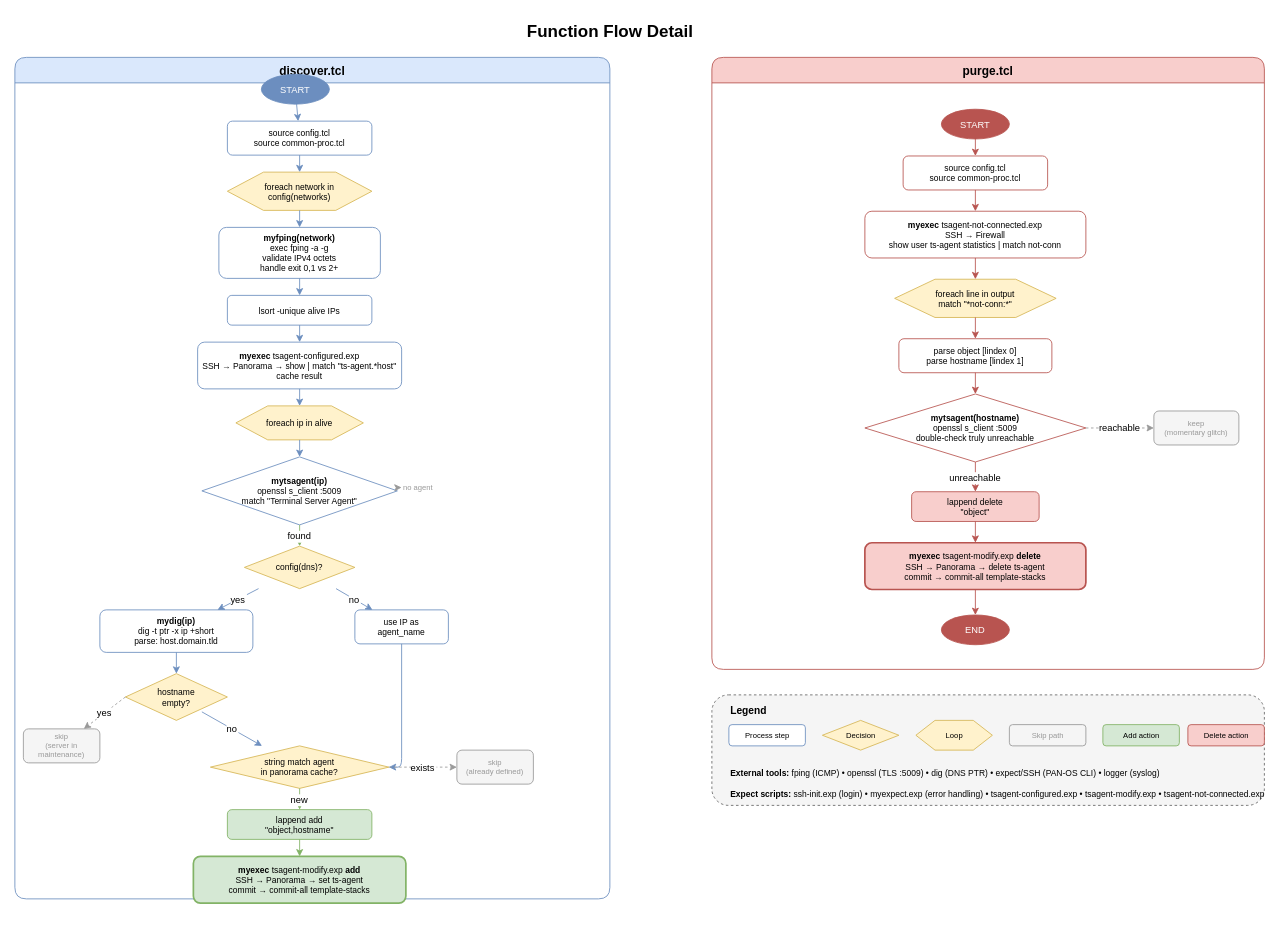
This is page "Function Flow" (2 of 2) of docs/architecture.drawio from nabbi/pan-ts-agent-discovery, a draw.io file, before an edit. Source tidied: cells renumbered, new cells numbered last; positions are measured from the earlier drawing's top-left corner, leaving out a move shared by most shapes. Both pictures are drawn from the tidied source at 85%, with x=0, y=0 at pixel (14, 14).
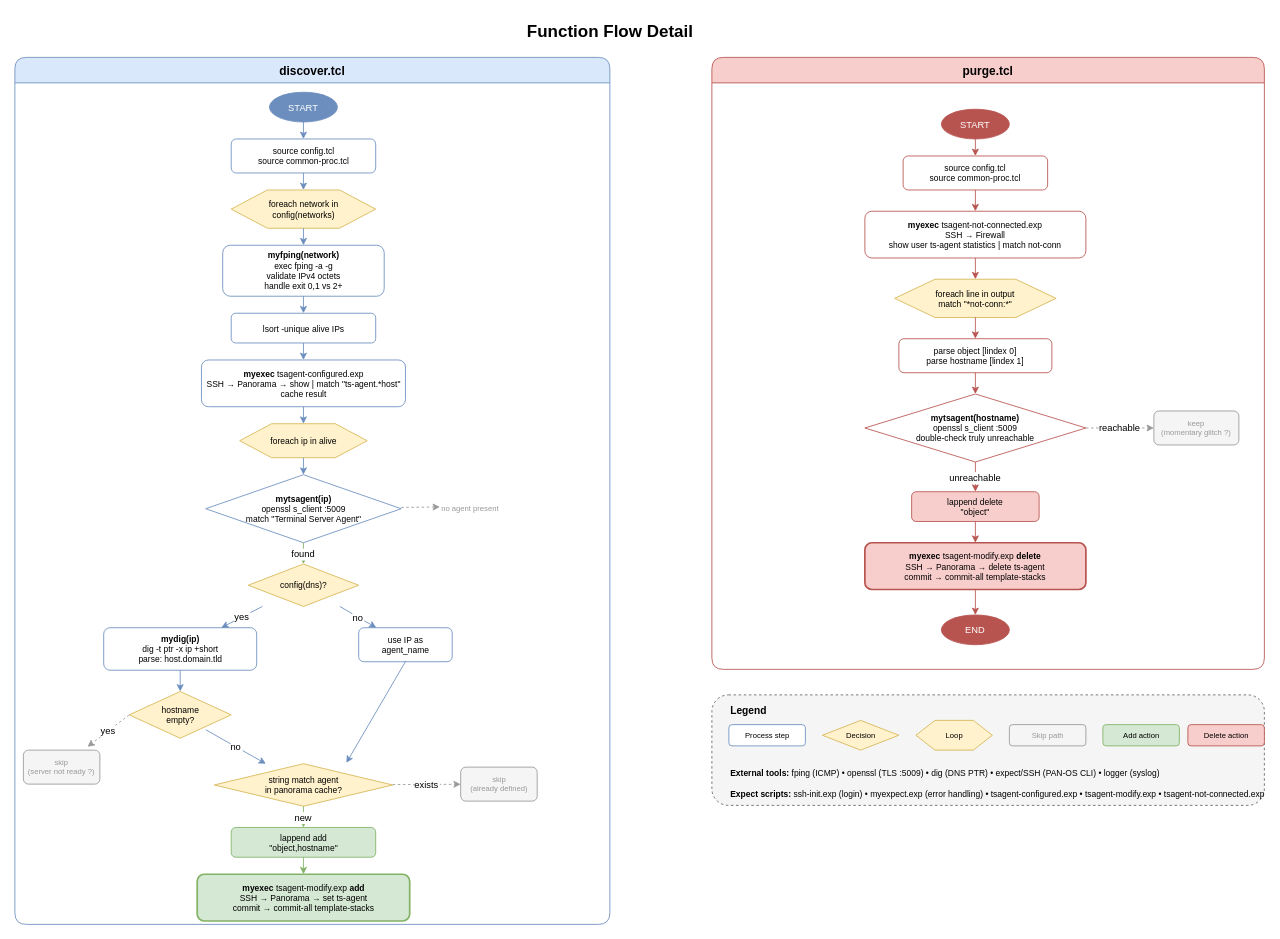
After the change.

What changed in the source:
```diff
@@
     <mxCell id="3" value="discover.tcl" style="shape=table;startSize=30;childLayout=tableLayout;fillColor=#dae8fc;strokeColor=#6c8ebf;fontStyle=1;fontSize=14;swimlaneLine=1;rounded=1;" parent="1" vertex="1">
-      <mxGeometry y="50" width="700" height="990" as="geometry" />
+      <mxGeometry y="50" width="700" height="1020" as="geometry" />
     </mxCell>
     <mxCell id="4" value="START" style="ellipse;fillColor=#6c8ebf;fontColor=#ffffff;strokeColor=#6c8ebf;fontSize=11;" parent="1" vertex="1">
-      <mxGeometry x="290" y="70" width="80" height="35" as="geometry" />
+      <mxGeometry x="299.5" y="91" width="80" height="35" as="geometry" />
     </mxCell>
     <mxCell id="5" value="source config.tcl&lt;br&gt;source common-proc.tcl" style="rounded=1;whiteSpace=wrap;fillColor=#FFFFFF;strokeColor=#6c8ebf;fontSize=10;html=1;" parent="1" vertex="1">
-      <mxGeometry x="250" y="125" width="170" height="40" as="geometry" />
+      <mxGeometry x="254.5" y="146" width="170" height="40" as="geometry" />
     </mxCell>
     <mxCell id="6" value="foreach network in&lt;br&gt;config(networks)" style="shape=hexagon;whiteSpace=wrap;fillColor=#fff2cc;strokeColor=#d6b656;fontSize=10;html=1;" parent="1" vertex="1">
-      <mxGeometry x="250" y="185" width="170" height="45" as="geometry" />
+      <mxGeometry x="254.5" y="206" width="170" height="45" as="geometry" />
     </mxCell>
     <mxCell id="7" value="&lt;b&gt;myfping(network)&lt;/b&gt;&lt;br&gt;exec fping -a -g&lt;br&gt;validate IPv4 octets&lt;br&gt;handle exit 0,1 vs 2+" style="rounded=1;whiteSpace=wrap;fillColor=#FFFFFF;strokeColor=#6c8ebf;fontSize=10;html=1;" parent="1" vertex="1">
-      <mxGeometry x="240" y="250" width="190" height="60" as="geometry" />
+      <mxGeometry x="244.5" y="271" width="190" height="60" as="geometry" />
     </mxCell>
     <mxCell id="8" value="lsort -unique alive IPs" style="rounded=1;whiteSpace=wrap;fillColor=#FFFFFF;strokeColor=#6c8ebf;fontSize=10;html=1;" parent="1" vertex="1">
-      <mxGeometry x="250" y="330" width="170" height="35" as="geometry" />
+      <mxGeometry x="254.5" y="351" width="170" height="35" as="geometry" />
     </mxCell>
     <mxCell id="9" value="&lt;b&gt;myexec&lt;/b&gt; tsagent-configured.exp&lt;br&gt;SSH → Panorama → show | match &quot;ts-agent.*host&quot;&lt;br&gt;cache result" style="rounded=1;whiteSpace=wrap;fillColor=#FFFFFF;strokeColor=#6c8ebf;fontSize=10;html=1;" parent="1" vertex="1">
-      <mxGeometry x="215" y="385" width="240" height="55" as="geometry" />
+      <mxGeometry x="219.5" y="406" width="240" height="55" as="geometry" />
     </mxCell>
     <mxCell id="10" value="foreach ip in alive" style="shape=hexagon;whiteSpace=wrap;fillColor=#fff2cc;strokeColor=#d6b656;fontSize=10;html=1;" parent="1" vertex="1">
-      <mxGeometry x="260" y="460" width="150" height="40" as="geometry" />
+      <mxGeometry x="264.5" y="481" width="150" height="40" as="geometry" />
     </mxCell>
     <mxCell id="11" value="&lt;b&gt;mytsagent(ip)&lt;/b&gt;&lt;br&gt;openssl s_client :5009&lt;br&gt;match &quot;Terminal Server Agent&quot;" style="shape=rhombus;whiteSpace=wrap;fillColor=#FFFFFF;strokeColor=#6c8ebf;fontSize=10;html=1;" parent="1" vertex="1">
-      <mxGeometry x="220" y="520" width="230" height="80" as="geometry" />
+      <mxGeometry x="224.5" y="541" width="230" height="80" as="geometry" />
     </mxCell>
-    <mxCell id="12" value="no agent" style="text;html=1;fontSize=9;fontColor=#999999;" parent="1" vertex="1">
-      <mxGeometry x="455" y="545" width="60" height="20" as="geometry" />
+    <mxCell id="12" value="no agent present" style="text;html=1;fontSize=9;fontColor=#999999;" parent="1" vertex="1">
+      <mxGeometry x="500" y="568.5" width="60" height="20" as="geometry" />
     </mxCell>
     <mxCell id="13" value="config(dns)?" style="shape=rhombus;whiteSpace=wrap;fillColor=#fff2cc;strokeColor=#d6b656;fontSize=10;html=1;" parent="1" vertex="1">
-      <mxGeometry x="270" y="625" width="130" height="50" as="geometry" />
+      <mxGeometry x="274.5" y="646" width="130" height="50" as="geometry" />
     </mxCell>
     <mxCell id="14" value="&lt;b&gt;mydig(ip)&lt;/b&gt;&lt;br&gt;dig -t ptr -x ip +short&lt;br&gt;parse: host.domain.tld" style="rounded=1;whiteSpace=wrap;fillColor=#FFFFFF;strokeColor=#6c8ebf;fontSize=10;html=1;" parent="1" vertex="1">
-      <mxGeometry x="100" y="700" width="180" height="50" as="geometry" />
+      <mxGeometry x="104.5" y="721" width="180" height="50" as="geometry" />
     </mxCell>
     <mxCell id="15" value="use IP as&lt;br&gt;agent_name" style="rounded=1;whiteSpace=wrap;fillColor=#FFFFFF;strokeColor=#6c8ebf;fontSize=10;html=1;" parent="1" vertex="1">
-      <mxGeometry x="400" y="700" width="110" height="40" as="geometry" />
+      <mxGeometry x="404.5" y="721" width="110" height="40" as="geometry" />
     </mxCell>
     <mxCell id="16" value="hostname&lt;br&gt;empty?" style="shape=rhombus;whiteSpace=wrap;fillColor=#fff2cc;strokeColor=#d6b656;fontSize=10;html=1;" parent="1" vertex="1">
-      <mxGeometry x="130" y="775" width="120" height="55" as="geometry" />
+      <mxGeometry x="134.5" y="796" width="120" height="55" as="geometry" />
     </mxCell>
-    <mxCell id="17" value="skip&lt;br&gt;(server in maintenance)" style="rounded=1;whiteSpace=wrap;fillColor=#f5f5f5;strokeColor=#999999;fontSize=9;fontColor=#999999;html=1;" parent="1" vertex="1">
-      <mxGeometry x="10" y="840" width="90" height="40" as="geometry" />
+    <mxCell id="17" value="skip&lt;br&gt;(server not ready ?)" style="rounded=1;whiteSpace=wrap;fillColor=#f5f5f5;strokeColor=#999999;fontSize=9;fontColor=#999999;html=1;" parent="1" vertex="1">
+      <mxGeometry x="10" y="865" width="90" height="40" as="geometry" />
     </mxCell>
     <mxCell id="18" value="string match agent&lt;br&gt;in panorama cache?" style="shape=rhombus;whiteSpace=wrap;fillColor=#fff2cc;strokeColor=#d6b656;fontSize=10;html=1;" parent="1" vertex="1">
-      <mxGeometry x="230" y="860" width="210" height="50" as="geometry" />
+      <mxGeometry x="234.5" y="881" width="210" height="50" as="geometry" />
     </mxCell>
     <mxCell id="19" value="skip&lt;br&gt;(already defined)" style="rounded=1;whiteSpace=wrap;fillColor=#f5f5f5;strokeColor=#999999;fontSize=9;fontColor=#999999;html=1;" parent="1" vertex="1">
-      <mxGeometry x="520" y="865" width="90" height="40" as="geometry" />
+      <mxGeometry x="524.5" y="885" width="90" height="40" as="geometry" />
     </mxCell>
     <mxCell id="20" value="lappend add&lt;br&gt;&quot;object,hostname&quot;" style="rounded=1;whiteSpace=wrap;fillColor=#d5e8d4;strokeColor=#82b366;fontSize=10;html=1;" parent="1" vertex="1">
-      <mxGeometry x="250" y="935" width="170" height="35" as="geometry" />
+      <mxGeometry x="254.5" y="956" width="170" height="35" as="geometry" />
     </mxCell>
     <mxCell id="21" value="&lt;b&gt;myexec&lt;/b&gt; tsagent-modify.exp &lt;b&gt;add&lt;/b&gt;&lt;br&gt;SSH → Panorama → set ts-agent&lt;br&gt;commit → commit-all template-stacks" style="rounded=1;whiteSpace=wrap;fillColor=#d5e8d4;strokeColor=#82b366;fontSize=10;html=1;strokeWidth=2;" parent="1" vertex="1">
-      <mxGeometry x="210" y="990" width="250" height="55" as="geometry" />
+      <mxGeometry x="214.5" y="1011" width="250" height="55" as="geometry" />
     </mxCell>
@@
-    <mxCell id="34" value="yes" style="strokeColor=#999999;dashed=1;exitX=0;exitY=0.5;exitDx=0;exitDy=0;" parent="1" edge="1" source="16" target="17">
-      <mxGeometry relative="1" as="geometry" />
+    <mxCell id="34" value="yes" style="strokeColor=#999999;dashed=1;exitX=0;exitY=0.5;exitDx=0;exitDy=0;" parent="1" edge="1" source="16">
+      <mxGeometry relative="1" as="geometry">
+        <mxPoint x="85.5" y="861" as="targetPoint" />
+      </mxGeometry>
     </mxCell>
@@
-    <mxCell id="36" style="strokeColor=#6c8ebf;edgeStyle=orthogonalEdgeStyle;" parent="1" edge="1" source="15" target="18">
+    <mxCell id="36" style="strokeColor=#6c8ebf;" parent="1" edge="1">
       <mxGeometry relative="1" as="geometry">
-        <Array as="points">
-          <mxPoint x="455" y="885" />
-        </Array>
+        <mxPoint x="460" y="760" as="sourcePoint" />
+        <mxPoint x="390" y="880" as="targetPoint" />
       </mxGeometry>
     </mxCell>
@@
-    <mxCell id="47" value="keep&lt;br&gt;(momentary glitch)" style="rounded=1;whiteSpace=wrap;fillColor=#f5f5f5;strokeColor=#999999;fontSize=9;fontColor=#999999;html=1;" parent="1" vertex="1">
+    <mxCell id="47" value="keep&lt;br&gt;(momentary glitch ?)" style="rounded=1;whiteSpace=wrap;fillColor=#f5f5f5;strokeColor=#999999;fontSize=9;fontColor=#999999;html=1;" parent="1" vertex="1">
       <mxGeometry x="1340" y="466" width="100" height="40" as="geometry" />
     </mxCell>
```
